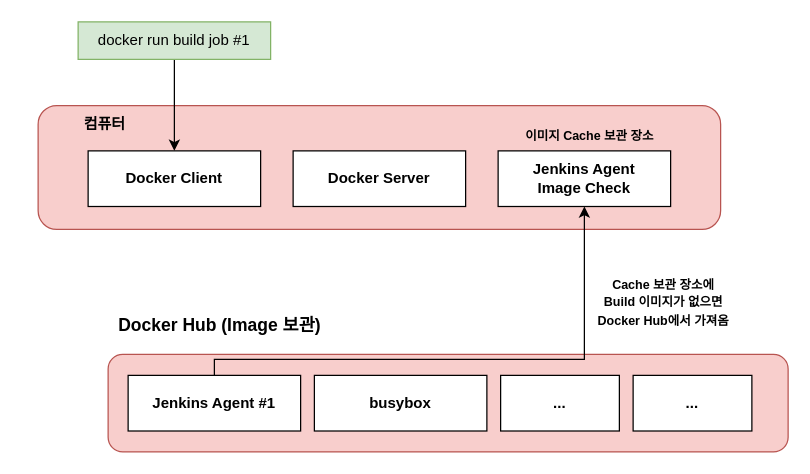
Jiwon-lee-me/cicd-web-project keeps this draw.io diagram as page "페이지-4" (4 of 5) of io/Build_Server_Comparing.drawio. Above is the earlier version. Source tidied: cells renumbered, new cells numbered last; positions are measured from the earlier drawing's top-left corner, leaving out a move shared by most shapes. Both pictures are drawn from the tidied source at 125%, with x=0, y=0 at pixel (21, 21).
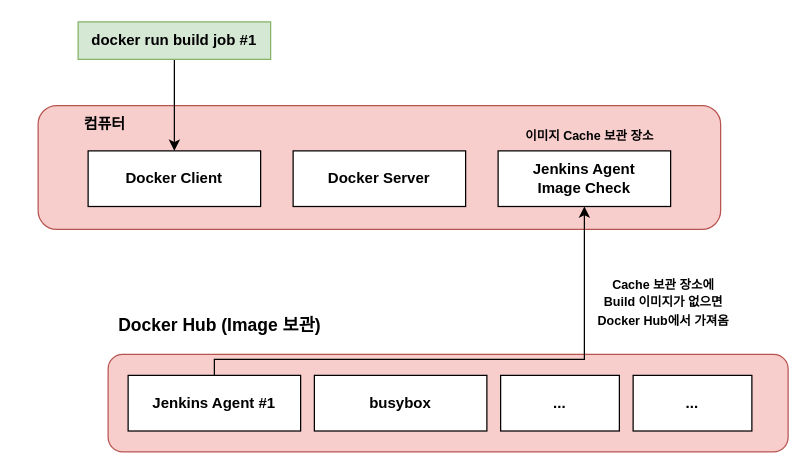
After the change.

Diff of the diagram source:
```diff
@@
 <mxGraphModel>
   <root>
     <mxCell id="0" />
     <mxCell id="1" parent="0" />
     <mxCell id="2" style="rounded=1;whiteSpace=wrap;html=1;fillColor=#f8cecc;strokeColor=#b85450;" parent="1" vertex="1">
       <mxGeometry x="13" y="67" width="546" height="99" as="geometry" />
     </mxCell>
     <mxCell id="3" value="&lt;b&gt;Docker Client&lt;/b&gt;" style="rounded=0;whiteSpace=wrap;html=1;" parent="1" vertex="1">
       <mxGeometry x="53" y="103.2" width="138" height="44.5" as="geometry" />
     </mxCell>
     <mxCell id="4" value="&lt;b&gt;Docker Server&lt;/b&gt;" style="rounded=0;whiteSpace=wrap;html=1;" parent="1" vertex="1">
       <mxGeometry x="217" y="103.2" width="138" height="44.5" as="geometry" />
     </mxCell>
     <mxCell id="5" value="&lt;b&gt;Jenkins Agent&lt;br&gt;Image Check&lt;br&gt;&lt;/b&gt;" style="rounded=0;whiteSpace=wrap;html=1;" parent="1" vertex="1">
       <mxGeometry x="381" y="103.2" width="138" height="44.5" as="geometry" />
     </mxCell>
     <mxCell id="6" value="&lt;font style=&quot;font-size: 10px;&quot;&gt;&lt;b&gt;이미지 Cache 보관 장소&lt;/b&gt;&lt;/font&gt;" style="text;html=1;strokeColor=none;fillColor=none;align=center;verticalAlign=middle;whiteSpace=wrap;rounded=0;" parent="1" vertex="1">
       <mxGeometry x="388" y="76" width="133" height="30" as="geometry" />
     </mxCell>
     <mxCell id="7" value="&lt;font size=&quot;1&quot; style=&quot;&quot;&gt;&lt;b style=&quot;font-size: 12px;&quot;&gt;컴퓨터&lt;/b&gt;&lt;/font&gt;" style="text;html=1;strokeColor=none;fillColor=none;align=center;verticalAlign=middle;whiteSpace=wrap;rounded=0;" parent="1" vertex="1">
       <mxGeometry y="67" width="133" height="30" as="geometry" />
     </mxCell>
     <mxCell id="8" style="edgeStyle=orthogonalEdgeStyle;rounded=0;jettySize=auto;html=1;exitX=0.5;exitY=1;exitDx=0;exitDy=0;entryX=0.5;entryY=0;entryDx=0;entryDy=0;" parent="1" edge="1" source="9" target="3">
       <mxGeometry relative="1" as="geometry" />
     </mxCell>
-    <mxCell id="9" value="docker run build job #1" style="text;html=1;strokeColor=#82b366;fillColor=#d5e8d4;align=center;verticalAlign=middle;whiteSpace=wrap;rounded=0;" parent="1" vertex="1">
+    <mxCell id="9" value="&lt;b&gt;docker run build job #1&lt;/b&gt;" style="text;html=1;strokeColor=#82b366;fillColor=#d5e8d4;align=center;verticalAlign=middle;whiteSpace=wrap;rounded=0;" parent="1" vertex="1">
       <mxGeometry x="45" width="154" height="30" as="geometry" />
     </mxCell>
     <mxCell id="10" style="rounded=1;whiteSpace=wrap;html=1;fillColor=#f8cecc;strokeColor=#b85450;" parent="1" vertex="1">
       <mxGeometry x="69" y="266" width="544" height="78" as="geometry" />
     </mxCell>
     <mxCell id="11" style="edgeStyle=orthogonalEdgeStyle;rounded=0;jettySize=auto;html=1;exitX=0.5;exitY=0;exitDx=0;exitDy=0;entryX=0.5;entryY=1;entryDx=0;entryDy=0;" parent="1" edge="1" source="12" target="5">
       <mxGeometry relative="1" as="geometry">
         <Array as="points">
           <mxPoint x="154" y="270" />
           <mxPoint x="450" y="270" />
         </Array>
       </mxGeometry>
     </mxCell>
     <mxCell id="12" value="&lt;b&gt;Jenkins Agent #1&lt;/b&gt;" style="rounded=0;whiteSpace=wrap;html=1;" parent="1" vertex="1">
       <mxGeometry x="85" y="282.8" width="138" height="44.5" as="geometry" />
     </mxCell>
     <mxCell id="13" value="&lt;b&gt;busybox&lt;/b&gt;" style="rounded=0;whiteSpace=wrap;html=1;" parent="1" vertex="1">
       <mxGeometry x="234" y="282.8" width="138" height="44.5" as="geometry" />
     </mxCell>
     <mxCell id="14" value="&lt;b&gt;...&lt;/b&gt;" style="rounded=0;whiteSpace=wrap;html=1;" parent="1" vertex="1">
       <mxGeometry x="383" y="282.8" width="95" height="44.5" as="geometry" />
     </mxCell>
     <mxCell id="15" value="&lt;b&gt;...&lt;/b&gt;" style="rounded=0;whiteSpace=wrap;html=1;" parent="1" vertex="1">
       <mxGeometry x="489" y="282.8" width="95" height="44.5" as="geometry" />
     </mxCell>
     <mxCell id="16" value="&lt;b&gt;&lt;font style=&quot;font-size: 14px;&quot;&gt;Docker Hub (Image 보관)&lt;/font&gt;&lt;/b&gt;" style="text;html=1;strokeColor=none;fillColor=none;align=center;verticalAlign=middle;whiteSpace=wrap;rounded=0;" parent="1" vertex="1">
       <mxGeometry x="69" y="228" width="179" height="30" as="geometry" />
     </mxCell>
     <mxCell id="17" value="&lt;font style=&quot;font-size: 10px;&quot;&gt;&lt;b&gt;Cache 보관 장소에 Build 이미지가 없으면 Docker Hub에서 가져옴&lt;/b&gt;&lt;/font&gt;" style="text;html=1;strokeColor=none;fillColor=none;align=center;verticalAlign=middle;whiteSpace=wrap;rounded=0;" parent="1" vertex="1">
       <mxGeometry x="458" y="209" width="111" height="30" as="geometry" />
     </mxCell>
   </root>
 </mxGraphModel>
```
